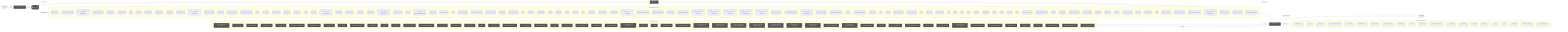
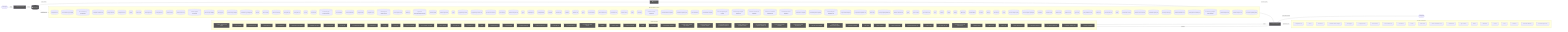
flowchart LR
  UserQ(["👤 User Query"])
  Embed["📐 Embedding Model"]
  VecDB[("📚 Vector Store")]
  Retriever["🔍 Retriever"]
  LLMNode["🧠 LLM / Generator"]
  Output(["✅ Response"])
  UserQ -->|query| Embed
  Embed -->|vector| VecDB
  VecDB -->|top-k chunks| Retriever
  Retriever -->|context + query| LLMNode
  LLMNode -->|generated answer| Output
  subgraph DetectedMemory["Detected memory stores"]
    det_detectedmemory_cli_dispatch_test_54c9f17b[("cli-dispatch.test")]
    det_detectedmemory_run_local_memory_preflight_36e92808[("run-local-memory-preflight")]
    det_detectedmemory_run_local_memory_preflight_test_1d7c5aa0[("run-local-memory-preflight.test")]
    det_detectedmemory_pr_template_validator_test_569b1cef[("pr-template-validator.test")]
    det_detectedmemory_tooling_audit_test_d2aee28c[("tooling-audit.test")]
    det_detectedmemory_tooling_audit_core_328d6a41[("tooling-audit-core")]
    det_detectedmemory_search_24193290[("search")]
    det_detectedmemory_search_test_0c66bc11[("search.test")]
    det_detectedmemory_review_gate_test_000e2ed6[("review-gate.test")]
    det_detectedmemory_review_gate_core_4c8001f9[("review-gate-core")]
    det_detectedmemory_review_context_ca6cf81d[("review-context")]
    det_detectedmemory_review_context_test_89806d6c[("review-context.test")]
    det_detectedmemory_refresh_diagram_context_test_03bf21c4[("refresh-diagram-context.test")]
    det_detectedmemory_pattern_scope_siblings_43abe000[("pattern-scope-siblings")]
    det_detectedmemory_memory_gate_a577a506[("memory-gate")]
    det_detectedmemory_local_memory_preflight_dcc36c42[("local-memory-preflight")]
    det_detectedmemory_local_memory_preflight_test_5e323bbf[("local-memory-preflight.test")]
    det_detectedmemory_init_test_cbba76a6[("init.test")]
    det_detectedmemory_index_context_de3ed39d[("index-context")]
    det_detectedmemory_index_context_test_1949ea6f[("index-context.test")]
    det_detectedmemory_docs_gate_test_a25e972f[("docs-gate.test")]
    det_detectedmemory_docs_gate_core_eb9b6c18[("docs-gate-core")]
    det_detectedmemory_context_ea7792a2[("context")]
    det_detectedmemory_context_test_57aad306[("context.test")]
    det_detectedmemory_context_integrity_acceptance_test_59f961b1[("context-integrity-acceptance.test")]
    det_detectedmemory_context_health_80bb7da9[("context-health")]
    det_detectedmemory_context_health_test_3b5b87f3[("context-health.test")]
    det_detectedmemory_ci_migrate_test_2a015bb9[("ci-migrate.test")]
    det_detectedmemory_ci_migrate_core_7005b5af[("ci-migrate-core")]
    det_detectedmemory_check_diagram_freshness_test_c1dc40aa[("check-diagram-freshness.test")]
    det_detectedmemory_branch_protect_core_a8feb0fd[("branch-protect-core")]
    det_detectedmemory_brain_test_428d4d67[("brain.test")]
    det_detectedmemory_agent_first_throughput_integration_test_dc677cc4[("agent-first-throughput.integration.test")]
    det_detectedmemory_overload_guard_2748c559[("overload-guard")]
    det_detectedmemory_overload_guard_test_6ece9f86[("overload-guard.test")]
-     det_detectedmemory_types_4_822d0f88[("types")]
+     det_detectedmemory_types_3_9675d69b[("types")]
    det_detectedmemory_suggestion_generator_0956f794[("suggestion-generator")]
    det_detectedmemory_suggestion_generator_test_f68e9892[("suggestion-generator.test")]
    det_detectedmemory_performance_overload_c685bfcf[("performance-overload")]
    det_detectedmemory_local_memory_0db17ecc[("local-memory")]
    det_detectedmemory_local_memory_smoke_1175abfc[("local-memory-smoke")]
-     det_detectedmemory_types_10_75e5a4a0[("types")]
+     det_detectedmemory_types_8_f6283648[("types")]
    det_detectedmemory_claim_helpers_20dc8387[("claim-helpers")]
    det_detectedmemory_tooling_baseline_50ab2eeb[("tooling-baseline")]
    det_detectedmemory_classifier_fe1991a9[("classifier")]
    det_detectedmemory_classifier_test_3859cceb[("classifier.test")]
    det_detectedmemory_validator_1_0c0621d8[("validator")]
    det_detectedmemory_validator_test_1_c5015ca0[("validator.test")]
-     det_detectedmemory_types_11_4be3ee64[("types")]
+     det_detectedmemory_types_12_2b09659a[("types")]
    det_detectedmemory_metrics_tracker_98cec29c[("metrics-tracker")]
    det_detectedmemory_metrics_tracker_test_3de156fa[("metrics-tracker.test")]
    det_detectedmemory_branch_enforcer_acb749cd[("branch-enforcer")]
+     det_detectedmemory_review_context_1_e3afed15[("review-context")]
+     det_detectedmemory_index_2_10143590[("index")]
+     det_detectedmemory_eval_seed_5699fd3e[("eval-seed")]
    det_detectedmemory_workflow_contract_scripts_test_681e2e3c[("workflow-contract-scripts.test")]
    det_detectedmemory_scaffold_workflow_template_92310587[("scaffold-workflow-template")]
    det_detectedmemory_scaffold_template_registry_b1cce2aa[("scaffold-template-registry")]
    det_detectedmemory_scaffold_surfaces_12d6494e[("scaffold-surfaces")]
    det_detectedmemory_scaffold_shell_templates_0ad0f915[("scaffold-shell-templates")]
    det_detectedmemory_scaffold_script_template_registry_69312d4e[("scaffold-script-template-registry")]
    det_detectedmemory_scaffold_script_template_registry_test_6a8ebefe[("scaffold-script-template-registry.test")]
    det_detectedmemory_scaffold_root_command_templates_404fed7f[("scaffold-root-command-templates")]
    det_detectedmemory_scaffold_root_command_templates_test_14596939[("scaffold-root-command-templates.test")]
    det_detectedmemory_scaffold_environment_templates_c1ceba6a[("scaffold-environment-templates")]
    det_detectedmemory_scaffold_doc_templates_f6152330[("scaffold-doc-templates")]
    det_detectedmemory_scaffold_diagram_templates_dd88e83c[("scaffold-diagram-templates")]
    det_detectedmemory_scaffold_diagram_templates_test_f3774c28[("scaffold-diagram-templates.test")]
    det_detectedmemory_project_brain_templates_7ef51530[("project-brain-templates")]
    det_detectedmemory_project_brain_templates_test_0b6509f2[("project-brain-templates.test")]
    det_detectedmemory_init_modes_c05ceb07[("init-modes")]
    det_detectedmemory_codex_preflight_symlink_test_037558db[("codex-preflight-symlink.test")]
-     det_detectedmemory_review_context_1_e3afed15[("review-context")]
-     det_detectedmemory_index_4_013aa0e3[("index")]
-     det_detectedmemory_eval_seed_5699fd3e[("eval-seed")]
    det_detectedmemory_harness_decision_test_7e5a4fe5[("harness-decision.test")]
-     det_detectedmemory_command_registry_test_0cf92cba[("command-registry.test")]
    det_detectedmemory_types_18_37582e2a[("types")]
    det_detectedmemory_sync_contract_c79fa191[("sync-contract")]
    det_detectedmemory_sync_contract_test_5dc3165c[("sync-contract.test")]
    det_detectedmemory_store_824d80d7[("store")]
    det_detectedmemory_sources_1_e133d97d[("sources")]
    det_detectedmemory_rollout_a4fa034c[("rollout")]
    det_detectedmemory_ollama_76e3c7bf[("ollama")]
    det_detectedmemory_ollama_test_71f9750e[("ollama.test")]
    det_detectedmemory_lexical_fallback_723e2b3e[("lexical-fallback")]
    det_detectedmemory_init_error_5c7dd49f[("init-error")]
    det_detectedmemory_indexer_70fa78e5[("indexer")]
    det_detectedmemory_indexer_test_d492f0aa[("indexer.test")]
    det_detectedmemory_index_5_522f772a[("index")]
    det_detectedmemory_context_compact_policy_3dcaf95d[("context-compact-policy")]
    det_detectedmemory_context_compact_policy_test_da148267[("context-compact-policy.test")]
    det_detectedmemory_constants_7517017f[("constants")]
    det_detectedmemory_constants_test_5492ae98[("constants.test")]
-     det_detectedmemory_module_boundaries_test_c0caf46b[("module-boundaries.test")]
-     det_detectedmemory_branch_protect_sync_570adb18[("branch-protect-sync")]
    det_detectedmemory_validator_test_5_2bb3219d[("validator.test")]
    det_detectedmemory_validator_core_1_1518647e[("validator-core")]
    det_detectedmemory_types_core_1_8bd0f8fd[("types-core")]
    det_detectedmemory_policy_validators_core_714a3fe7[("policy-validators-core")]
    det_detectedmemory_loader_test_03424671[("loader.test")]
    det_detectedmemory_json_schema_core_96d7e328[("json-schema-core")]
    det_detectedmemory_index_6_fc9e91e2[("index")]
    det_detectedmemory_harness_run_context_ac7c77a9[("harness-run-context")]
    det_detectedmemory_harness_run_context_test_c6937fed[("harness-run-context.test")]
+     det_detectedmemory_command_registry_test_0cf92cba[("command-registry.test")]
+     det_detectedmemory_branch_protect_sync_570adb18[("branch-protect-sync")]
+     det_detectedmemory_module_boundaries_test_c0caf46b[("module-boundaries.test")]
    det_detectedmemory_review_gate_command_spec_3187376a[("review-gate-command-spec")]
    det_detectedmemory_local_memory_preflight_command_spec_9e23f3ce[("local-memory-preflight-command-spec")]
    det_detectedmemory_command_specs_test_7f693e85[("command-specs.test")]
    det_detectedmemory_command_specs_core_1c0ffc99[("command-specs-core")]
    det_detectedmemory_command_capability_rules_ca3f496a[("command-capability-rules")]
  end
  VecDB -. "implemented by" .-> DetectedMemory
  subgraph DetectedLLM["Detected LLM clients"]
    det_detectedllm_cli_dispatch_test_54c9f17b["cli-dispatch.test"]
    det_detectedllm_search_24193290["search"]
    det_detectedllm_search_test_0c66bc11["search.test"]
    det_detectedllm_remediate_runner_helpers_929fedcc["remediate-runner-helpers"]
    det_detectedllm_prompt_gate_c5e9d207["prompt-gate"]
    det_detectedllm_prompt_gate_test_1a442b27["prompt-gate.test"]
    det_detectedllm_index_context_de3ed39d["index-context"]
    det_detectedllm_index_context_test_1949ea6f["index-context.test"]
    det_detectedllm_contract_test_2262847f["contract.test"]
    det_detectedllm_context_ea7792a2["context"]
    det_detectedllm_context_test_57aad306["context.test"]
    det_detectedllm_check_environment_core_2c16213f["check-environment-core"]
    det_detectedllm_sensitive_text_7c11f760["sensitive-text"]
    det_detectedllm_sync_contract_c79fa191["sync-contract"]
    det_detectedllm_ollama_76e3c7bf["ollama"]
    det_detectedllm_ollama_test_71f9750e["ollama.test"]
    det_detectedllm_indexer_70fa78e5["indexer"]
    det_detectedllm_index_5_522f772a["index"]
    det_detectedllm_constants_7517017f["constants"]
    det_detectedllm_north_star_validators_cfc926ce["north-star-validators"]
    det_detectedllm_command_specs_core_1c0ffc99["command-specs-core"]
  end
  LLMNode -. "implemented by" .-> DetectedLLM
  subgraph DetectedTools["Agentic tool calls"]
    det_detectedtools_collect_observed_eval_usage_1724425c["🔧 collect-observed-eval-usage"]
    det_detectedtools_verify_work_test_0e12f6c5["🔧 verify-work.test"]
    det_detectedtools_review_gate_test_000e2ed6["🔧 review-gate.test"]
    det_detectedtools_review_gate_core_4c8001f9["🔧 review-gate-core"]
    det_detectedtools_remediate_test_6f59cafe["🔧 remediate.test"]
    det_detectedtools_remediate_runner_helpers_929fedcc["🔧 remediate-runner-helpers"]
    det_detectedtools_remediate_cli_output_cc165396["🔧 remediate-cli-output"]
    det_detectedtools_pr_closeout_test_1_be1a0df1["🔧 pr-closeout.test"]
    det_detectedtools_policy_gate_213f7313["🔧 policy-gate"]
    det_detectedtools_next_blocked_decisions_4140ad2b["🔧 next-blocked-decisions"]
    det_detectedtools_learnings_test_e45e0253["🔧 learnings.test"]
    det_detectedtools_init_test_cbba76a6["🔧 init.test"]
    det_detectedtools_doctor_test_e032e8b5["🔧 doctor.test"]
    det_detectedtools_doctor_tool_checks_4acac51a["🔧 doctor-tool-checks"]
    det_detectedtools_doctor_github_tool_checks_a53b0382["🔧 doctor-github-tool-checks"]
    det_detectedtools_doctor_checks_5a2eb2b9["🔧 doctor-checks"]
    det_detectedtools_docs_gate_test_a25e972f["🔧 docs-gate.test"]
    det_detectedtools_ci_migrate_core_7005b5af["🔧 ci-migrate-core"]
-     det_detectedtools_types_2_d9bc6e7a["🔧 types"]
+     det_detectedtools_types_1_4ecdf56e["🔧 types"]
    det_detectedtools_orchestrator_test_1_c291cde7["🔧 orchestrator.test"]
-     det_detectedtools_evaluation_engine_core_e054fe49["🔧 evaluation-engine-core"]
    det_detectedtools_tooling_baseline_50ab2eeb["🔧 tooling-baseline"]
    det_detectedtools_tooling_baseline_test_d272ddb6["🔧 tooling-baseline.test"]
+     det_detectedtools_evaluation_engine_core_e054fe49["🔧 evaluation-engine-core"]
+     det_detectedtools_normalise_test_73e8a615["🔧 normalise.test"]
+     det_detectedtools_normalise_renderer_85f2e563["🔧 normalise-renderer"]
+     det_detectedtools_normalise_he_phase_exit_test_1788efc4["🔧 normalise-he-phase-exit.test"]
    det_detectedtools_validator_1_0c0621d8["🔧 validator"]
    det_detectedtools_metrics_tracker_98cec29c["🔧 metrics-tracker"]
    det_detectedtools_metrics_tracker_test_3de156fa["🔧 metrics-tracker.test"]
-     det_detectedtools_normalise_test_73e8a615["🔧 normalise.test"]
-     det_detectedtools_normalise_renderer_85f2e563["🔧 normalise-renderer"]
-     det_detectedtools_normalise_he_phase_exit_test_1788efc4["🔧 normalise-he-phase-exit.test"]
+     det_detectedtools_client_1_914e1681["🔧 client"]
    det_detectedtools_pr_creator_dc6b1ea4["🔧 pr-creator"]
-     det_detectedtools_client_1_914e1681["🔧 client"]
-     det_detectedtools_closure_evidence_aaa31467["🔧 closure-evidence"]
    det_detectedtools_scaffold_shell_quality_test_79567d03["🔧 scaffold-shell-quality.test"]
    det_detectedtools_scaffold_release_private_npm_template_075499f8["🔧 scaffold-release-private-npm-template"]
    det_detectedtools_scaffold_github_actions_pr_pipeline_template_e2b85f62["🔧 scaffold-github-actions-pr-pipeline-template"]
    det_detectedtools_scaffold_github_actions_pr_pipeline_template_test_be464a7b["🔧 scaffold-github-actions-pr-pipeline-template.test"]
    det_detectedtools_scaffold_github_actions_pr_pipeline_renderer_1ee18de5["🔧 scaffold-github-actions-pr-pipeline-renderer"]
    det_detectedtools_scaffold_github_actions_pr_pipeline_renderer_test_2cc38272["🔧 scaffold-github-actions-pr-pipeline-renderer.test"]
    det_detectedtools_scaffold_environment_templates_c1ceba6a["🔧 scaffold-environment-templates"]
    det_detectedtools_scaffold_environment_templates_test_b31b6a0c["🔧 scaffold-environment-templates.test"]
    det_detectedtools_scaffold_config_templates_4b80ce53["🔧 scaffold-config-templates"]
    det_detectedtools_scaffold_codex_environment_templates_334fbbed["🔧 scaffold-codex-environment-templates"]
    det_detectedtools_scaffold_ci_templates_2afd6392["🔧 scaffold-ci-templates"]
    det_detectedtools_init_output_360dce91["🔧 init-output"]
+     det_detectedtools_closure_evidence_aaa31467["🔧 closure-evidence"]
    det_detectedtools_observed_skill_usage_ed7d5930["🔧 observed-skill-usage"]
    det_detectedtools_observed_skill_usage_test_311c215a["🔧 observed-skill-usage.test"]
    det_detectedtools_ralph_runtime_73d63c0e["🔧 ralph-runtime"]
    det_detectedtools_he_phase_exit_core_1148895b["🔧 he-phase-exit-core"]
    det_detectedtools_harness_closeout_gate_contracts_test_db1c74a7["🔧 harness-closeout-gate-contracts.test"]
-     det_detectedtools_command_registry_test_0cf92cba["🔧 command-registry.test"]
-     det_detectedtools_module_boundaries_test_c0caf46b["🔧 module-boundaries.test"]
    det_detectedtools_validator_helpers_7b927667["🔧 validator-helpers"]
    det_detectedtools_validator_core_1_1518647e["🔧 validator-core"]
    det_detectedtools_types_core_1_8bd0f8fd["🔧 types-core"]
    det_detectedtools_policy_validators_core_714a3fe7["🔧 policy-validators-core"]
+     det_detectedtools_command_registry_test_0cf92cba["🔧 command-registry.test"]
+     det_detectedtools_module_boundaries_test_c0caf46b["🔧 module-boundaries.test"]
    det_detectedtools_command_capability_rules_ca3f496a["🔧 command-capability-rules"]
    det_detectedtools_command_capabilities_a4d5c71e["🔧 command-capabilities"]
  end
  LLMNode -->|tool use| DetectedTools
  DetectedTools -->|result| LLMNode
  classDef memNode fill:#555,color:#fff
  class VecDB,Retriever memNode
  classDef llmNode fill:#555,color:#fff
  class LLMNode,Embed llmNode
  classDef toolNode fill:#555,color:#fff
-   class det_detectedtools_collect_observed_eval_usage_1724425c,det_detectedtools_verify_work_test_0e12f6c5,det_detectedtools_review_gate_test_000e2ed6,det_detectedtools_review_gate_core_4c8001f9,det_detectedtools_remediate_test_6f59cafe,det_detectedtools_remediate_runner_helpers_929fedcc,det_detectedtools_remediate_cli_output_cc165396,det_detectedtools_pr_closeout_test_1_be1a0df1,det_detectedtools_policy_gate_213f7313,det_detectedtools_next_blocked_decisions_4140ad2b,det_detectedtools_learnings_test_e45e0253,det_detectedtools_init_test_cbba76a6,det_detectedtools_doctor_test_e032e8b5,det_detectedtools_doctor_tool_checks_4acac51a,det_detectedtools_doctor_github_tool_checks_a53b0382,det_detectedtools_doctor_checks_5a2eb2b9,det_detectedtools_docs_gate_test_a25e972f,det_detectedtools_ci_migrate_core_7005b5af,det_detectedtools_types_2_d9bc6e7a,det_detectedtools_orchestrator_test_1_c291cde7,det_detectedtools_evaluation_engine_core_e054fe49,det_detectedtools_tooling_baseline_50ab2eeb,det_detectedtools_tooling_baseline_test_d272ddb6,det_detectedtools_validator_1_0c0621d8,det_detectedtools_metrics_tracker_98cec29c,det_detectedtools_metrics_tracker_test_3de156fa,det_detectedtools_normalise_test_73e8a615,det_detectedtools_normalise_renderer_85f2e563,det_detectedtools_normalise_he_phase_exit_test_1788efc4,det_detectedtools_pr_creator_dc6b1ea4,det_detectedtools_client_1_914e1681,det_detectedtools_closure_evidence_aaa31467,det_detectedtools_scaffold_shell_quality_test_79567d03,det_detectedtools_scaffold_release_private_npm_template_075499f8,det_detectedtools_scaffold_github_actions_pr_pipeline_template_e2b85f62,det_detectedtools_scaffold_github_actions_pr_pipeline_template_test_be464a7b,det_detectedtools_scaffold_github_actions_pr_pipeline_renderer_1ee18de5,det_detectedtools_scaffold_github_actions_pr_pipeline_renderer_test_2cc38272,det_detectedtools_scaffold_environment_templates_c1ceba6a,det_detectedtools_scaffold_environment_templates_test_b31b6a0c,det_detectedtools_scaffold_config_templates_4b80ce53,det_detectedtools_scaffold_codex_environment_templates_334fbbed,det_detectedtools_scaffold_ci_templates_2afd6392,det_detectedtools_init_output_360dce91,det_detectedtools_observed_skill_usage_ed7d5930,det_detectedtools_observed_skill_usage_test_311c215a,det_detectedtools_ralph_runtime_73d63c0e,det_detectedtools_he_phase_exit_core_1148895b,det_detectedtools_harness_closeout_gate_contracts_test_db1c74a7,det_detectedtools_command_registry_test_0cf92cba,det_detectedtools_module_boundaries_test_c0caf46b,det_detectedtools_validator_helpers_7b927667,det_detectedtools_validator_core_1_1518647e,det_detectedtools_types_core_1_8bd0f8fd,det_detectedtools_policy_validators_core_714a3fe7,det_detectedtools_command_capability_rules_ca3f496a,det_detectedtools_command_capabilities_a4d5c71e toolNode
+   class det_detectedtools_collect_observed_eval_usage_1724425c,det_detectedtools_verify_work_test_0e12f6c5,det_detectedtools_review_gate_test_000e2ed6,det_detectedtools_review_gate_core_4c8001f9,det_detectedtools_remediate_test_6f59cafe,det_detectedtools_remediate_runner_helpers_929fedcc,det_detectedtools_remediate_cli_output_cc165396,det_detectedtools_pr_closeout_test_1_be1a0df1,det_detectedtools_policy_gate_213f7313,det_detectedtools_next_blocked_decisions_4140ad2b,det_detectedtools_learnings_test_e45e0253,det_detectedtools_init_test_cbba76a6,det_detectedtools_doctor_test_e032e8b5,det_detectedtools_doctor_tool_checks_4acac51a,det_detectedtools_doctor_github_tool_checks_a53b0382,det_detectedtools_doctor_checks_5a2eb2b9,det_detectedtools_docs_gate_test_a25e972f,det_detectedtools_ci_migrate_core_7005b5af,det_detectedtools_types_1_4ecdf56e,det_detectedtools_orchestrator_test_1_c291cde7,det_detectedtools_tooling_baseline_50ab2eeb,det_detectedtools_tooling_baseline_test_d272ddb6,det_detectedtools_evaluation_engine_core_e054fe49,det_detectedtools_normalise_test_73e8a615,det_detectedtools_normalise_renderer_85f2e563,det_detectedtools_normalise_he_phase_exit_test_1788efc4,det_detectedtools_validator_1_0c0621d8,det_detectedtools_metrics_tracker_98cec29c,det_detectedtools_metrics_tracker_test_3de156fa,det_detectedtools_client_1_914e1681,det_detectedtools_pr_creator_dc6b1ea4,det_detectedtools_scaffold_shell_quality_test_79567d03,det_detectedtools_scaffold_release_private_npm_template_075499f8,det_detectedtools_scaffold_github_actions_pr_pipeline_template_e2b85f62,det_detectedtools_scaffold_github_actions_pr_pipeline_template_test_be464a7b,det_detectedtools_scaffold_github_actions_pr_pipeline_renderer_1ee18de5,det_detectedtools_scaffold_github_actions_pr_pipeline_renderer_test_2cc38272,det_detectedtools_scaffold_environment_templates_c1ceba6a,det_detectedtools_scaffold_environment_templates_test_b31b6a0c,det_detectedtools_scaffold_config_templates_4b80ce53,det_detectedtools_scaffold_codex_environment_templates_334fbbed,det_detectedtools_scaffold_ci_templates_2afd6392,det_detectedtools_init_output_360dce91,det_detectedtools_closure_evidence_aaa31467,det_detectedtools_observed_skill_usage_ed7d5930,det_detectedtools_observed_skill_usage_test_311c215a,det_detectedtools_ralph_runtime_73d63c0e,det_detectedtools_he_phase_exit_core_1148895b,det_detectedtools_harness_closeout_gate_contracts_test_db1c74a7,det_detectedtools_validator_helpers_7b927667,det_detectedtools_validator_core_1_1518647e,det_detectedtools_types_core_1_8bd0f8fd,det_detectedtools_policy_validators_core_714a3fe7,det_detectedtools_command_registry_test_0cf92cba,det_detectedtools_module_boundaries_test_c0caf46b,det_detectedtools_command_capability_rules_ca3f496a,det_detectedtools_command_capabilities_a4d5c71e toolNode
